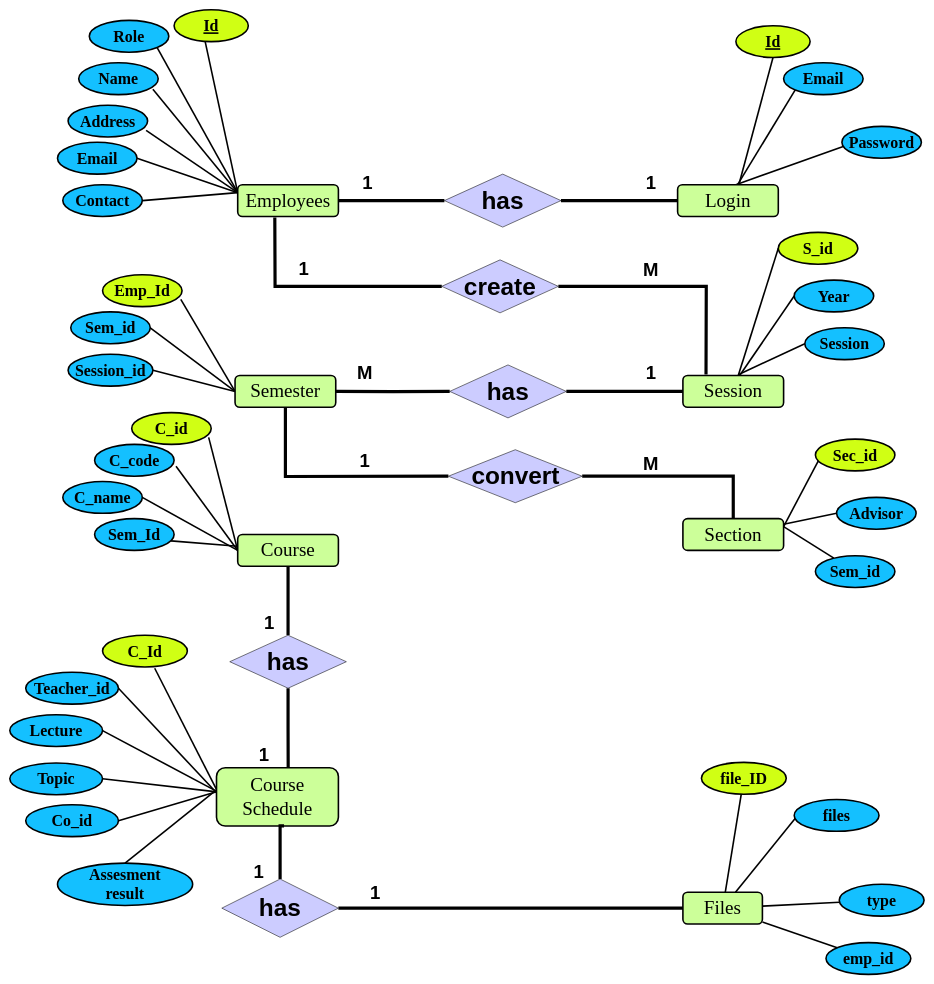
Earlier version of the draw.io diagram Untitled Diagram.drawio (prashanta1542/default). Source tidied: cells renumbered, new cells numbered last; positions are measured from the earlier drawing's top-left corner, leaving out a move shared by most shapes. Both pictures are drawn from the tidied source at 53%, with x=0, y=0 at pixel (10, 10).
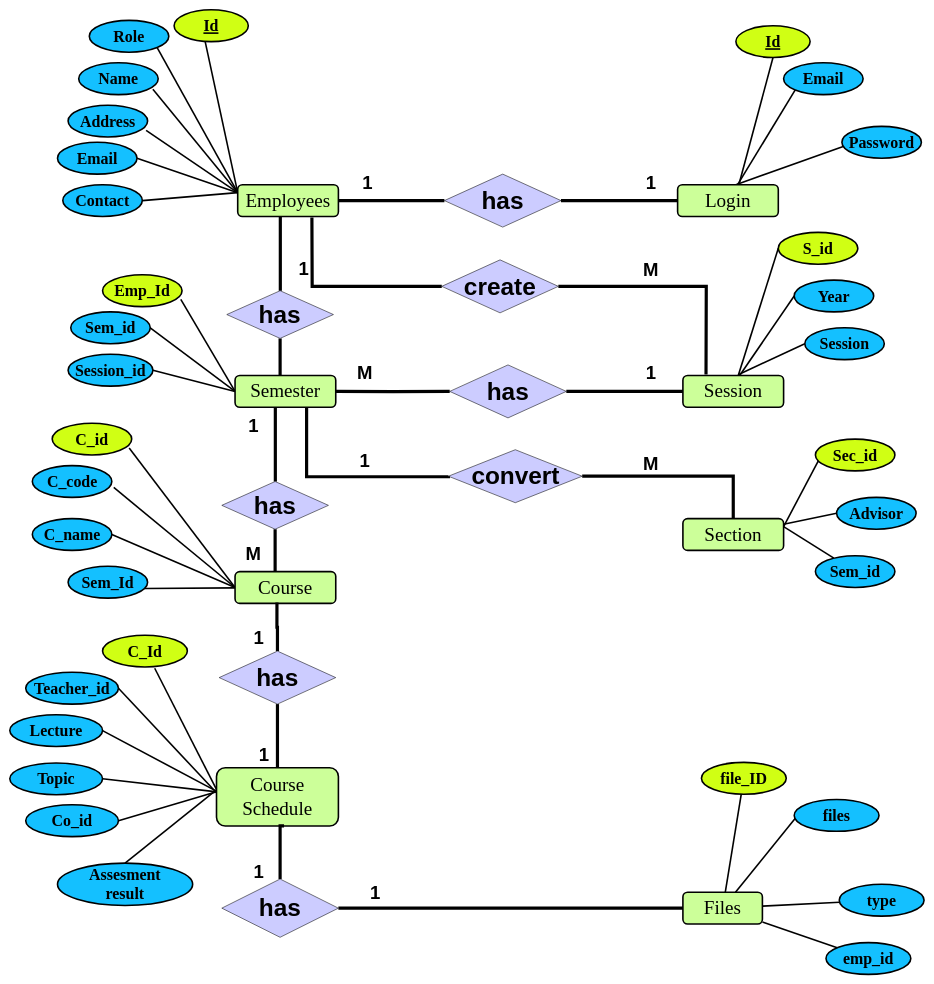
The same diagram, later.

The change refers to these unchanged cells:
```xml
<mxCell id="41" value="&lt;font style=&quot;font-size: 36px;&quot; face=&quot;Times New Roman&quot;&gt;Semester&lt;/font&gt;" style="rounded=1;whiteSpace=wrap;html=1;strokeWidth=3;strokeColor=#000000;fillColor=#CCFF99;" parent="1" vertex="1">
  <mxGeometry x="425" y="690" width="190" height="60" as="geometry" />
</mxCell>
<mxCell id="58" value="&lt;font style=&quot;font-size: 36px;&quot; face=&quot;Times New Roman&quot;&gt;Course Schedule&lt;/font&gt;" style="rounded=1;whiteSpace=wrap;html=1;strokeWidth=3;strokeColor=#000000;fillColor=#CCFF99;" parent="1" vertex="1">
  <mxGeometry x="390" y="1430" width="230" height="110" as="geometry" />
</mxCell>
<mxCell id="81" value="&lt;h1&gt;&lt;font size=&quot;1&quot; style=&quot;&quot;&gt;&lt;b style=&quot;font-size: 46px;&quot;&gt;create&lt;/b&gt;&lt;/font&gt;&lt;/h1&gt;" style="rhombus;whiteSpace=wrap;html=1;fillColor=#CCCCFF;" parent="1" vertex="1">
  <mxGeometry x="815" y="471.8" width="220" height="100" as="geometry" />
</mxCell>
```

Diff of the diagram source:
```diff
@@
     <mxCell id="26" value="&lt;font style=&quot;font-size: 36px;&quot; face=&quot;Times New Roman&quot;&gt;Course&lt;/font&gt;" style="rounded=1;whiteSpace=wrap;html=1;strokeWidth=3;strokeColor=#000000;fillColor=#CCFF99;" parent="1" vertex="1">
-      <mxGeometry x="430" y="990" width="190" height="60" as="geometry" />
+      <mxGeometry x="425" y="1060" width="190" height="60" as="geometry" />
     </mxCell>
     <mxCell id="27" value="&lt;font style=&quot;font-size: 30px;&quot; face=&quot;Times New Roman&quot;&gt;&lt;b&gt;C_id&lt;/b&gt;&lt;/font&gt;" style="ellipse;whiteSpace=wrap;html=1;fillColor=#D0FF14;strokeWidth=3;" parent="1" vertex="1">
-      <mxGeometry x="230" y="760" width="150" height="60" as="geometry" />
+      <mxGeometry x="80" y="780" width="150" height="60" as="geometry" />
     </mxCell>
     <mxCell id="28" value="&lt;font style=&quot;font-size: 30px;&quot; face=&quot;Times New Roman&quot;&gt;&lt;b&gt;C_code&lt;/b&gt;&lt;/font&gt;" style="ellipse;whiteSpace=wrap;html=1;fillColor=#14C0FF;strokeWidth=3;" parent="1" vertex="1">
-      <mxGeometry x="160" y="820" width="150" height="60" as="geometry" />
+      <mxGeometry x="42.5" y="860" width="150" height="60" as="geometry" />
     </mxCell>
     <mxCell id="29" value="&lt;font face=&quot;Times New Roman&quot;&gt;&lt;span style=&quot;font-size: 30px;&quot;&gt;C_name&lt;/span&gt;&lt;/font&gt;" style="ellipse;whiteSpace=wrap;html=1;fillColor=#14C0FF;strokeWidth=3;fontStyle=1;" parent="1" vertex="1">
-      <mxGeometry x="100" y="890" width="150" height="60" as="geometry" />
+      <mxGeometry x="42.5" y="960" width="150" height="60" as="geometry" />
     </mxCell>
     <mxCell id="30" value="&lt;font face=&quot;Times New Roman&quot;&gt;&lt;span style=&quot;font-size: 30px;&quot;&gt;Sem_Id&lt;/span&gt;&lt;/font&gt;" style="ellipse;whiteSpace=wrap;html=1;fillColor=#14C0FF;strokeWidth=3;fontStyle=1;" parent="1" vertex="1">
-      <mxGeometry x="160" y="960" width="150" height="60" as="geometry" />
+      <mxGeometry x="110" y="1050" width="150" height="60" as="geometry" />
     </mxCell>
@@
-    <mxCell id="79" style="edgeStyle=orthogonalEdgeStyle;rounded=0;jettySize=auto;html=1;entryX=0.5;entryY=1;entryDx=0;entryDy=0;endArrow=none;endFill=0;strokeWidth=6;" parent="1" edge="1" source="81">
+    <mxCell id="79" style="edgeStyle=orthogonalEdgeStyle;rounded=0;jettySize=auto;html=1;endArrow=none;endFill=0;strokeWidth=6;" parent="1" edge="1" source="81">
       <mxGeometry relative="1" as="geometry">
-        <mxPoint x="500" y="391.8" as="targetPoint" />
+        <mxPoint x="570" y="392" as="targetPoint" />
       </mxGeometry>
     </mxCell>
@@
-    <mxCell id="91" style="edgeStyle=orthogonalEdgeStyle;rounded=0;jettySize=auto;html=1;entryX=0.5;entryY=1;entryDx=0;entryDy=0;endArrow=none;endFill=0;strokeWidth=6;" parent="1" edge="1" target="41">
+    <mxCell id="91" style="edgeStyle=orthogonalEdgeStyle;rounded=0;orthogonalLoop=1;jettySize=auto;html=1;endArrow=none;endFill=0;strokeWidth=6;" parent="1" edge="1">
       <mxGeometry relative="1" as="geometry">
         <mxPoint x="827.5" y="880" as="sourcePoint" />
+        <mxPoint x="560" y="750" as="targetPoint" />
+        <Array as="points">
+          <mxPoint x="560" y="881" />
+          <mxPoint x="560" y="750" />
+        </Array>
       </mxGeometry>
     </mxCell>
@@
+    <mxCell id="95" style="edgeStyle=orthogonalEdgeStyle;rounded=0;jettySize=auto;html=1;endArrow=none;endFill=0;strokeWidth=6;" parent="1" edge="1" source="96">
+      <mxGeometry relative="1" as="geometry">
+        <mxPoint x="505" y="1430" as="targetPoint" />
+        <Array as="points">
+          <mxPoint x="505" y="1430" />
+        </Array>
+      </mxGeometry>
+    </mxCell>
-    <mxCell id="94" style="edgeStyle=orthogonalEdgeStyle;rounded=0;jettySize=auto;html=1;entryX=0.5;entryY=1;entryDx=0;entryDy=0;endArrow=none;endFill=0;strokeWidth=6;" parent="1" edge="1" source="96" target="26">
+    <mxCell id="94" style="edgeStyle=orthogonalEdgeStyle;rounded=0;jettySize=auto;html=1;entryX=0.416;entryY=0.972;entryDx=0;entryDy=0;entryPerimeter=0;endArrow=none;endFill=0;strokeWidth=6;" parent="1" edge="1" source="96" target="26">
       <mxGeometry relative="1" as="geometry" />
     </mxCell>
-    <mxCell id="95" style="edgeStyle=orthogonalEdgeStyle;rounded=0;jettySize=auto;html=1;entryX=0.588;entryY=0.003;entryDx=0;entryDy=0;entryPerimeter=0;endArrow=none;endFill=0;strokeWidth=6;" parent="1" edge="1" source="96" target="58">
-      <mxGeometry relative="1" as="geometry" />
-    </mxCell>
     <mxCell id="96" value="&lt;h1&gt;&lt;font size=&quot;1&quot; style=&quot;&quot;&gt;&lt;b style=&quot;font-size: 46px;&quot;&gt;has&lt;/b&gt;&lt;/font&gt;&lt;/h1&gt;" style="rhombus;whiteSpace=wrap;html=1;fillColor=#CCCCFF;" parent="1" vertex="1">
-      <mxGeometry x="415" y="1180" width="220" height="100" as="geometry" />
+      <mxGeometry x="395" y="1210" width="220" height="100" as="geometry" />
     </mxCell>
@@
     <mxCell id="100" value="&lt;h1&gt;&lt;font style=&quot;font-size: 35px; background-color: rgb(255, 255, 255);&quot;&gt;1&lt;/font&gt;&lt;/h1&gt;" style="text;html=1;strokeColor=none;fillColor=none;align=center;verticalAlign=middle;whiteSpace=wrap;rounded=0;" parent="1" vertex="1">
-      <mxGeometry x="460" y="1140" width="60" height="30" as="geometry" />
+      <mxGeometry x="440" y="1170" width="60" height="30" as="geometry" />
     </mxCell>
@@
+    <mxCell id="104" style="edgeStyle=orthogonalEdgeStyle;rounded=0;jettySize=auto;html=1;endArrow=none;endFill=0;strokeWidth=6;" parent="1" edge="1" source="106">
+      <mxGeometry relative="1" as="geometry">
+        <mxPoint x="501" y="750" as="targetPoint" />
+        <Array as="points">
+          <mxPoint x="501" y="756" />
+        </Array>
+      </mxGeometry>
+    </mxCell>
+    <mxCell id="105" style="edgeStyle=orthogonalEdgeStyle;rounded=0;jettySize=auto;html=1;endArrow=none;endFill=0;strokeWidth=6;" parent="1" edge="1" source="106" target="26">
+      <mxGeometry relative="1" as="geometry">
+        <Array as="points">
+          <mxPoint x="501" y="1040" />
+          <mxPoint x="501" y="1040" />
+        </Array>
+      </mxGeometry>
+    </mxCell>
+    <mxCell id="106" value="&lt;h1&gt;&lt;span style=&quot;font-size: 46px;&quot;&gt;has&lt;/span&gt;&lt;/h1&gt;" style="rhombus;whiteSpace=wrap;html=1;fillColor=#CCCCFF;" parent="1" vertex="1">
+      <mxGeometry x="400" y="890" width="201.2" height="90" as="geometry" />
+    </mxCell>
+    <mxCell id="107" value="&lt;h1&gt;&lt;font style=&quot;font-size: 35px; background-color: rgb(255, 255, 255);&quot;&gt;1&lt;/font&gt;&lt;/h1&gt;" style="text;html=1;strokeColor=none;fillColor=none;align=center;verticalAlign=middle;whiteSpace=wrap;rounded=0;" parent="1" vertex="1">
+      <mxGeometry x="430" y="770" width="60" height="30" as="geometry" />
+    </mxCell>
+    <mxCell id="108" value="&lt;h1&gt;&lt;font style=&quot;font-size: 35px; background-color: rgb(255, 255, 255);&quot;&gt;M&lt;/font&gt;&lt;/h1&gt;" style="text;html=1;strokeColor=none;fillColor=none;align=center;verticalAlign=middle;whiteSpace=wrap;rounded=0;" parent="1" vertex="1">
+      <mxGeometry x="430" y="1010" width="60" height="30" as="geometry" />
+    </mxCell>
+    <mxCell id="109" style="edgeStyle=orthogonalEdgeStyle;rounded=0;jettySize=auto;html=1;endArrow=none;endFill=0;strokeWidth=6;" parent="1" edge="1" source="111">
+      <mxGeometry relative="1" as="geometry">
+        <mxPoint x="510.4" y="390" as="targetPoint" />
+        <Array as="points">
+          <mxPoint x="510.4" y="396" />
+        </Array>
+      </mxGeometry>
+    </mxCell>
+    <mxCell id="110" style="edgeStyle=orthogonalEdgeStyle;rounded=0;jettySize=auto;html=1;endArrow=none;endFill=0;strokeWidth=6;" parent="1" edge="1" source="111">
+      <mxGeometry relative="1" as="geometry">
+        <mxPoint x="510" y="690" as="targetPoint" />
+        <Array as="points">
+          <mxPoint x="510" y="690" />
+        </Array>
+      </mxGeometry>
+    </mxCell>
+    <mxCell id="111" value="&lt;h1&gt;&lt;span style=&quot;font-size: 46px;&quot;&gt;has&lt;/span&gt;&lt;/h1&gt;" style="rhombus;whiteSpace=wrap;html=1;fillColor=#CCCCFF;" parent="1" vertex="1">
+      <mxGeometry x="409.4" y="530" width="201.2" height="90" as="geometry" />
+    </mxCell>
```
